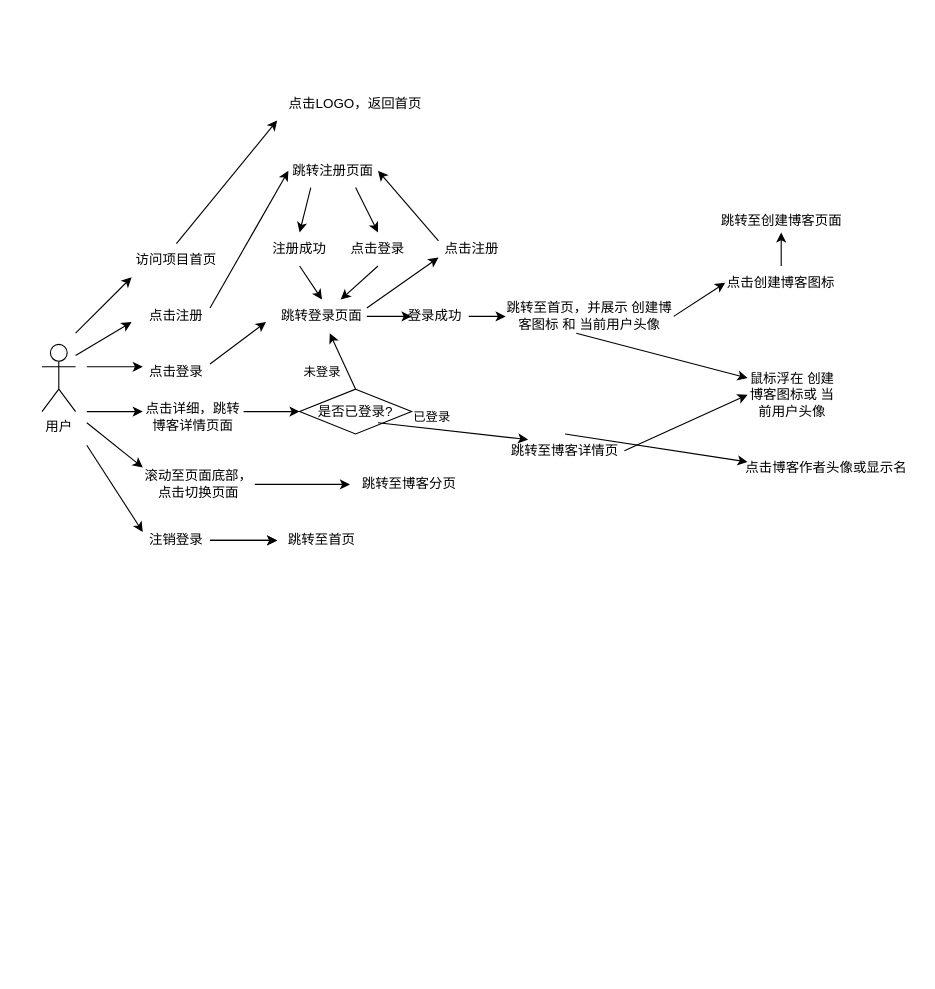
This is doc/use-case-diagram.drawio from xmasuhai/vite-share-blog, a draw.io file, before an edit. Source tidied: cells renumbered, new cells numbered last; positions are measured from the earlier drawing's top-left corner, leaving out a move shared by most shapes. Both pictures are drawn from the tidied source at 112%, with x=0, y=0 at pixel (41, 86).
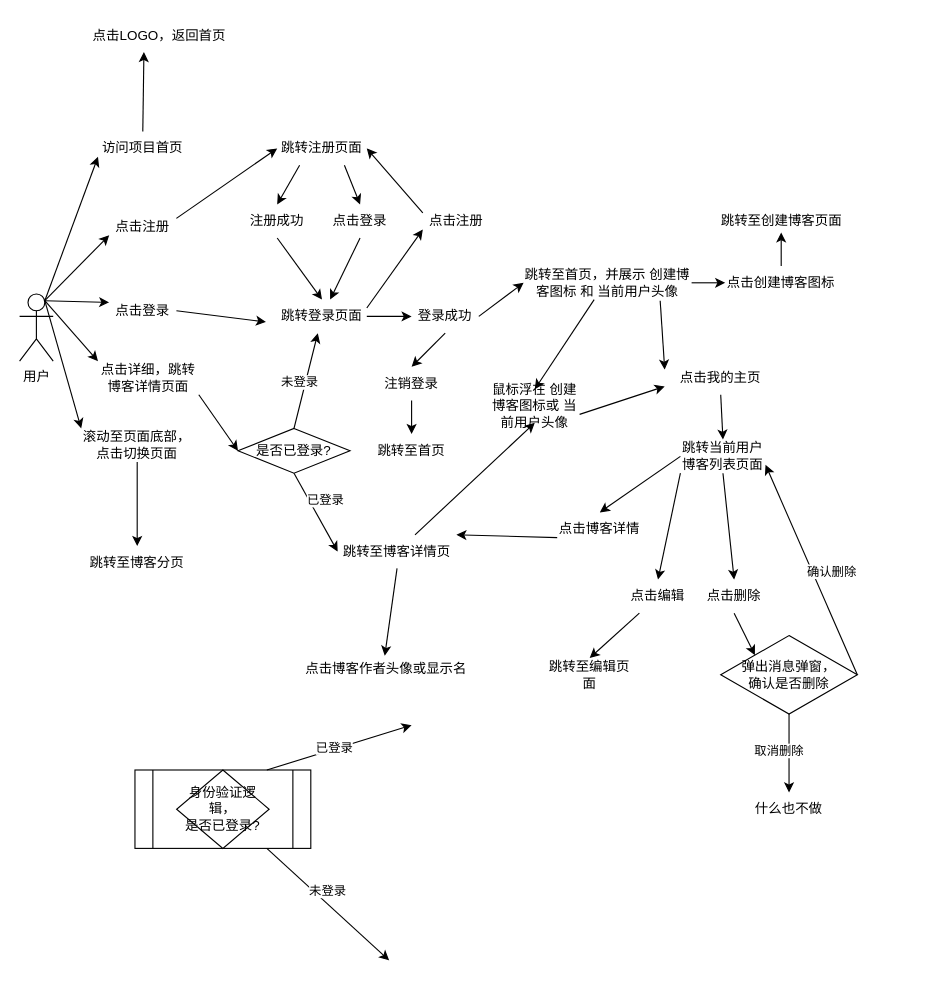
Above is the later version.

Commit message:
:children_crossing: :memo: 附上用例图

Unchanged cells that the change refers to:
```xml
<mxCell id="21" value="跳转登录页面" style="text;html=1;strokeColor=none;fillColor=none;align=center;verticalAlign=middle;whiteSpace=wrap;rounded=0;" parent="1" vertex="1">
  <mxGeometry x="210" y="190" width="80" height="30" as="geometry" />
</mxCell>
<mxCell id="29" style="endArrow=classic;html=1;rounded=0;exitX=0.5;exitY=0;exitDx=0;exitDy=0;" parent="1" edge="1" source="23" target="21">
  <mxGeometry relative="1" as="geometry" />
</mxCell>
```

Change to the diagram source:
```diff
@@
     <mxCell id="2" value="用户" style="shape=umlActor;verticalLabelPosition=bottom;verticalAlign=top;html=1;outlineConnect=0;" parent="1" vertex="1">
-      <mxGeometry y="230" width="30" height="60" as="geometry" />
+      <mxGeometry x="-20" y="185" width="30" height="60" as="geometry" />
     </mxCell>
-    <mxCell id="3" style="endArrow=classic;html=1;rounded=0;" parent="1" edge="1">
-      <mxGeometry relative="1" as="geometry">
-        <mxPoint x="30" y="220" as="sourcePoint" />
-        <mxPoint x="80" y="170" as="targetPoint" />
-      </mxGeometry>
+    <mxCell id="3" style="endArrow=classic;html=1;rounded=0;entryX=0;entryY=0.75;entryDx=0;entryDy=0;exitX=0.75;exitY=0.1;exitDx=0;exitDy=0;exitPerimeter=0;" parent="1" edge="1" source="2" target="4">
+      <mxGeometry relative="1" as="geometry" />
     </mxCell>
     <mxCell id="4" value="访问项目首页" style="text;html=1;strokeColor=none;fillColor=none;align=center;verticalAlign=middle;whiteSpace=wrap;rounded=0;" parent="1" vertex="1">
-      <mxGeometry x="80" y="140" width="80" height="30" as="geometry" />
+      <mxGeometry x="50" y="40" width="80" height="30" as="geometry" />
     </mxCell>
-    <mxCell id="5" style="endArrow=classic;html=1;rounded=0;" parent="1" edge="1">
-      <mxGeometry relative="1" as="geometry">
-        <mxPoint x="40" y="250" as="sourcePoint" />
-        <mxPoint x="90" y="250" as="targetPoint" />
-      </mxGeometry>
+    <mxCell id="5" style="endArrow=classic;html=1;rounded=0;entryX=0;entryY=0.25;entryDx=0;entryDy=0;exitX=0.75;exitY=0.1;exitDx=0;exitDy=0;exitPerimeter=0;" parent="1" edge="1" source="2" target="9">
+      <mxGeometry relative="1" as="geometry" />
     </mxCell>
-    <mxCell id="6" style="endArrow=classic;html=1;rounded=0;" parent="1" edge="1">
-      <mxGeometry relative="1" as="geometry">
-        <mxPoint x="40" y="290" as="sourcePoint" />
-        <mxPoint x="90" y="290" as="targetPoint" />
-      </mxGeometry>
+    <mxCell id="6" style="endArrow=classic;html=1;rounded=0;exitX=0.75;exitY=0.1;exitDx=0;exitDy=0;exitPerimeter=0;entryX=0;entryY=0;entryDx=0;entryDy=0;" parent="1" edge="1" source="2" target="17">
+      <mxGeometry relative="1" as="geometry" />
     </mxCell>
-    <mxCell id="7" style="endArrow=classic;html=1;rounded=0;entryX=0;entryY=0.25;entryDx=0;entryDy=0;" parent="1" edge="1" target="11">
-      <mxGeometry relative="1" as="geometry">
-        <mxPoint x="40" y="320" as="sourcePoint" />
-      </mxGeometry>
+    <mxCell id="7" style="endArrow=classic;html=1;rounded=0;entryX=0.5;entryY=0;entryDx=0;entryDy=0;exitX=0.5;exitY=1;exitDx=0;exitDy=0;" parent="1" edge="1" source="37" target="11">
+      <mxGeometry relative="1" as="geometry" />
     </mxCell>
     <mxCell id="8" value="点击注册" style="text;html=1;strokeColor=none;fillColor=none;align=center;verticalAlign=middle;whiteSpace=wrap;rounded=0;" parent="1" vertex="1">
-      <mxGeometry x="90" y="190" width="60" height="30" as="geometry" />
+      <mxGeometry x="60" y="110" width="60" height="30" as="geometry" />
     </mxCell>
     <mxCell id="9" value="点击登录" style="text;html=1;strokeColor=none;fillColor=none;align=center;verticalAlign=middle;whiteSpace=wrap;rounded=0;" parent="1" vertex="1">
-      <mxGeometry x="90" y="240" width="60" height="30" as="geometry" />
+      <mxGeometry x="60" y="185" width="60" height="30" as="geometry" />
     </mxCell>
-    <mxCell id="10" style="edgeStyle=orthogonalEdgeStyle;rounded=0;jettySize=auto;html=1;" parent="1" edge="1" source="11" target="44">
-      <mxGeometry relative="1" as="geometry" />
-    </mxCell>
     <mxCell id="11" value="注销登录" style="text;html=1;strokeColor=none;fillColor=none;align=center;verticalAlign=middle;whiteSpace=wrap;rounded=0;" parent="1" vertex="1">
-      <mxGeometry x="90" y="390" width="60" height="30" as="geometry" />
+      <mxGeometry x="300" y="250" width="60" height="30" as="geometry" />
     </mxCell>
-    <mxCell id="12" style="endArrow=classic;html=1;rounded=0;entryX=0;entryY=1;entryDx=0;entryDy=0;exitX=0.5;exitY=0;exitDx=0;exitDy=0;" parent="1" edge="1" source="4" target="13">
+    <mxCell id="12" style="endArrow=classic;html=1;rounded=0;entryX=0.4;entryY=0.967;entryDx=0;entryDy=0;exitX=0.5;exitY=0;exitDx=0;exitDy=0;entryPerimeter=0;" parent="1" edge="1" source="4" target="13">
       <mxGeometry relative="1" as="geometry" />
     </mxCell>
     <mxCell id="13" value="点击LOGO，返回首页" style="text;html=1;strokeColor=none;fillColor=none;align=center;verticalAlign=middle;whiteSpace=wrap;rounded=0;" parent="1" vertex="1">
-      <mxGeometry x="210" width="140" height="30" as="geometry" />
+      <mxGeometry x="35" y="-60" width="140" height="30" as="geometry" />
     </mxCell>
-    <mxCell id="14" style="endArrow=classic;html=1;rounded=0;entryX=0;entryY=0;entryDx=0;entryDy=0;" parent="1" edge="1" target="15">
-      <mxGeometry relative="1" as="geometry">
-        <mxPoint x="40" y="300" as="sourcePoint" />
-      </mxGeometry>
+    <mxCell id="14" style="endArrow=classic;html=1;rounded=0;entryX=0;entryY=0;entryDx=0;entryDy=0;exitX=0.75;exitY=0.1;exitDx=0;exitDy=0;exitPerimeter=0;" parent="1" edge="1" source="2" target="15">
+      <mxGeometry relative="1" as="geometry" />
     </mxCell>
     <mxCell id="15" value="滚动至页面底部，点击切换页面" style="text;html=1;strokeColor=none;fillColor=none;align=center;verticalAlign=middle;whiteSpace=wrap;rounded=0;" parent="1" vertex="1">
-      <mxGeometry x="90" y="340" width="100" height="30" as="geometry" />
+      <mxGeometry x="35" y="305" width="100" height="30" as="geometry" />
     </mxCell>
-    <mxCell id="16" style="endArrow=classic;html=1;rounded=0;" parent="1" edge="1">
-      <mxGeometry relative="1" as="geometry">
-        <mxPoint x="30" y="240" as="sourcePoint" />
-        <mxPoint x="80" y="210" as="targetPoint" />
-      </mxGeometry>
+    <mxCell id="16" style="endArrow=classic;html=1;rounded=0;entryX=0;entryY=0.75;entryDx=0;entryDy=0;exitX=0.75;exitY=0.1;exitDx=0;exitDy=0;exitPerimeter=0;" parent="1" edge="1" source="2" target="8">
+      <mxGeometry relative="1" as="geometry" />
     </mxCell>
     <mxCell id="17" value="点击详细，跳转博客详情页面" style="text;html=1;strokeColor=none;fillColor=none;align=center;verticalAlign=middle;whiteSpace=wrap;rounded=0;" parent="1" vertex="1">
-      <mxGeometry x="90" y="280" width="90" height="30" as="geometry" />
+      <mxGeometry x="50" y="245" width="90" height="30" as="geometry" />
     </mxCell>
@@
     <mxCell id="19" value="跳转注册页面" style="text;html=1;strokeColor=none;fillColor=none;align=center;verticalAlign=middle;whiteSpace=wrap;rounded=0;" parent="1" vertex="1">
-      <mxGeometry x="220" y="60" width="80" height="30" as="geometry" />
+      <mxGeometry x="210" y="40" width="80" height="30" as="geometry" />
     </mxCell>
-    <mxCell id="20" style="endArrow=classic;html=1;rounded=0;exitX=1;exitY=0.25;exitDx=0;exitDy=0;" parent="1" edge="1">
+    <mxCell id="20" style="endArrow=classic;html=1;rounded=0;exitX=1;exitY=0.5;exitDx=0;exitDy=0;" parent="1" edge="1" source="9">
       <mxGeometry relative="1" as="geometry">
-        <mxPoint x="150" y="247.5" as="sourcePoint" />
         <mxPoint x="200" y="210" as="targetPoint" />
       </mxGeometry>
     </mxCell>
@@
-    <mxCell id="22" style="endArrow=classic;html=1;rounded=0;" parent="1" edge="1">
-      <mxGeometry relative="1" as="geometry">
-        <mxPoint x="180" y="290" as="sourcePoint" />
-        <mxPoint x="230" y="290" as="targetPoint" />
-      </mxGeometry>
+    <mxCell id="22" style="endArrow=classic;html=1;rounded=0;entryX=0;entryY=0.5;entryDx=0;entryDy=0;exitX=1;exitY=1;exitDx=0;exitDy=0;" parent="1" edge="1" source="17" target="23">
+      <mxGeometry relative="1" as="geometry" />
     </mxCell>
     <mxCell id="23" value="是否已登录?" style="rhombus;whiteSpace=wrap;html=1;" parent="1" vertex="1">
-      <mxGeometry x="230" y="270" width="100" height="40" as="geometry" />
+      <mxGeometry x="175" y="305" width="100" height="40" as="geometry" />
     </mxCell>
     <mxCell id="24" value="点击注册" style="text;html=1;strokeColor=none;fillColor=none;align=center;verticalAlign=middle;whiteSpace=wrap;rounded=0;" parent="1" vertex="1">
-      <mxGeometry x="354" y="130" width="60" height="30" as="geometry" />
+      <mxGeometry x="340" y="105" width="60" height="30" as="geometry" />
     </mxCell>
@@
     <mxCell id="26" value="点击登录" style="text;html=1;strokeColor=none;fillColor=none;align=center;verticalAlign=middle;whiteSpace=wrap;rounded=0;" parent="1" vertex="1">
-      <mxGeometry x="270" y="130" width="60" height="30" as="geometry" />
+      <mxGeometry x="254" y="105" width="60" height="30" as="geometry" />
     </mxCell>
@@
     <mxCell id="30" value="未登录" style="edgeLabel;html=1;align=center;verticalAlign=middle;" parent="29" vertex="1">
       <mxGeometry x="0.29" relative="1" as="geometry">
-        <mxPoint x="-15" y="17" as="offset" />
+        <mxPoint x="-9" y="14" as="offset" />
       </mxGeometry>
     </mxCell>
-    <mxCell id="31" style="endArrow=classic;html=1;rounded=0;exitX=0.5;exitY=1;exitDx=0;exitDy=0;entryX=0;entryY=0.5;entryDx=0;entryDy=0;" parent="1" edge="1">
-      <mxGeometry relative="1" as="geometry">
-        <mxPoint x="300" y="300" as="sourcePoint" />
-        <mxPoint x="434" y="315" as="targetPoint" />
-      </mxGeometry>
+    <mxCell id="31" style="endArrow=classic;html=1;rounded=0;exitX=0.5;exitY=1;exitDx=0;exitDy=0;entryX=0;entryY=0.5;entryDx=0;entryDy=0;" parent="1" edge="1" source="23" target="41">
+      <mxGeometry relative="1" as="geometry" />
     </mxCell>
     <mxCell id="32" value="已登录" style="edgeLabel;html=1;align=center;verticalAlign=middle;" parent="31" vertex="1">
       <mxGeometry x="-0.43" relative="1" as="geometry">
-        <mxPoint x="10" y="-10" as="offset" />
+        <mxPoint x="16" y="3" as="offset" />
       </mxGeometry>
     </mxCell>
@@
     <mxCell id="34" value="注册成功" style="text;html=1;strokeColor=none;fillColor=none;align=center;verticalAlign=middle;whiteSpace=wrap;rounded=0;" parent="1" vertex="1">
-      <mxGeometry x="200" y="130" width="60" height="30" as="geometry" />
+      <mxGeometry x="180" y="105" width="60" height="30" as="geometry" />
     </mxCell>
-    <mxCell id="35" style="endArrow=classic;html=1;rounded=0;exitX=1;exitY=0.5;exitDx=0;exitDy=0;" parent="1" edge="1" source="21">
-      <mxGeometry relative="1" as="geometry">
-        <mxPoint x="330" y="205" as="targetPoint" />
-      </mxGeometry>
+    <mxCell id="35" style="endArrow=classic;html=1;rounded=0;exitX=1;exitY=0.5;exitDx=0;exitDy=0;entryX=0;entryY=0.5;entryDx=0;entryDy=0;" parent="1" edge="1" source="21" target="37">
+      <mxGeometry relative="1" as="geometry" />
     </mxCell>
-    <mxCell id="36" style="edgeStyle=orthogonalEdgeStyle;rounded=0;jettySize=auto;html=1;" parent="1" edge="1" source="37" target="38">
-      <mxGeometry relative="1" as="geometry" />
-    </mxCell>
     <mxCell id="37" value="登录成功" style="text;html=1;strokeColor=none;fillColor=none;align=center;verticalAlign=middle;whiteSpace=wrap;rounded=0;" parent="1" vertex="1">
-      <mxGeometry x="321" y="190" width="60" height="30" as="geometry" />
+      <mxGeometry x="330" y="190" width="60" height="30" as="geometry" />
     </mxCell>
     <mxCell id="38" value="跳转至首页，并展示 创建博客图标 和 当前用户头像" style="text;html=1;strokeColor=none;fillColor=none;align=center;verticalAlign=middle;whiteSpace=wrap;rounded=0;" parent="1" vertex="1">
-      <mxGeometry x="414" y="190" width="150" height="30" as="geometry" />
+      <mxGeometry x="430" y="160" width="150" height="30" as="geometry" />
     </mxCell>
@@
     <mxCell id="41" value="跳转至博客详情页" style="text;html=1;strokeColor=none;fillColor=none;align=center;verticalAlign=middle;whiteSpace=wrap;rounded=0;" parent="1" vertex="1">
-      <mxGeometry x="414" y="310" width="106" height="30" as="geometry" />
+      <mxGeometry x="264" y="400" width="106" height="30" as="geometry" />
     </mxCell>
-    <mxCell id="42" style="endArrow=classic;html=1;rounded=0;exitX=1;exitY=0.5;exitDx=0;exitDy=0;entryX=0;entryY=0.5;entryDx=0;entryDy=0;" parent="1" edge="1" target="43">
-      <mxGeometry relative="1" as="geometry">
-        <mxPoint x="190" y="355" as="sourcePoint" />
-        <Array as="points">
-          <mxPoint x="240" y="355" />
-        </Array>
-      </mxGeometry>
-    </mxCell>
     <mxCell id="43" value="跳转至博客分页" style="text;html=1;strokeColor=none;fillColor=none;align=center;verticalAlign=middle;whiteSpace=wrap;rounded=0;" parent="1" vertex="1">
-      <mxGeometry x="275" y="340" width="106" height="30" as="geometry" />
+      <mxGeometry x="30" y="410" width="110" height="30" as="geometry" />
     </mxCell>
     <mxCell id="44" value="跳转至首页" style="text;html=1;strokeColor=none;fillColor=none;align=center;verticalAlign=middle;whiteSpace=wrap;rounded=0;" parent="1" vertex="1">
-      <mxGeometry x="210" y="390" width="80" height="30" as="geometry" />
+      <mxGeometry x="290" y="310" width="80" height="30" as="geometry" />
     </mxCell>
-    <mxCell id="45" style="edgeStyle=orthogonalEdgeStyle;rounded=0;jettySize=auto;html=1;exitX=1;exitY=0.5;exitDx=0;exitDy=0;" parent="1" edge="1" source="11" target="44">
-      <mxGeometry relative="1" as="geometry" />
-    </mxCell>
-    <mxCell id="46" style="endArrow=classic;html=1;rounded=0;exitX=0.5;exitY=0;exitDx=0;exitDy=0;entryX=0;entryY=0.5;entryDx=0;entryDy=0;" parent="1" edge="1" source="41">
-      <mxGeometry relative="1" as="geometry">
-        <mxPoint x="630" y="335" as="targetPoint" />
-      </mxGeometry>
+    <mxCell id="46" style="endArrow=classic;html=1;rounded=0;exitX=0.5;exitY=1;exitDx=0;exitDy=0;entryX=0.494;entryY=-0.1;entryDx=0;entryDy=0;entryPerimeter=0;" parent="1" edge="1" source="41" target="52">
+      <mxGeometry relative="1" as="geometry" />
     </mxCell>
-    <mxCell id="47" style="endArrow=classic;html=1;rounded=0;exitX=1;exitY=0.5;exitDx=0;exitDy=0;entryX=0;entryY=0.5;entryDx=0;entryDy=0;" parent="1" edge="1" source="41" target="48">
+    <mxCell id="47" style="endArrow=classic;html=1;rounded=0;entryX=0.5;entryY=1;entryDx=0;entryDy=0;" parent="1" edge="1" source="41" target="48">
       <mxGeometry relative="1" as="geometry" />
     </mxCell>
     <mxCell id="48" value="鼠标浮在 创建博客图标或 当前用户头像" style="text;html=1;strokeColor=none;fillColor=none;align=center;verticalAlign=middle;whiteSpace=wrap;rounded=0;" parent="1" vertex="1">
-      <mxGeometry x="630" y="260" width="80" height="30" as="geometry" />
+      <mxGeometry x="400" y="270" width="80" height="30" as="geometry" />
     </mxCell>
-    <mxCell id="49" style="endArrow=classic;html=1;rounded=0;exitX=0.42;exitY=1;exitDx=0;exitDy=0;entryX=0;entryY=0;entryDx=0;entryDy=0;exitPerimeter=0;" parent="1" edge="1" source="38" target="48">
+    <mxCell id="49" style="endArrow=classic;html=1;rounded=0;exitX=0.42;exitY=1;exitDx=0;exitDy=0;exitPerimeter=0;entryX=0.5;entryY=0;entryDx=0;entryDy=0;" parent="1" edge="1" source="38" target="48">
       <mxGeometry relative="1" as="geometry" />
     </mxCell>
@@
     <mxCell id="52" value="&lt;span&gt;点击博客作者头像或显示名&lt;/span&gt;" style="text;html=1;align=center;verticalAlign=middle;points=[];strokeColor=none;fillColor=none;" parent="1" vertex="1">
-      <mxGeometry x="620" y="330" width="160" height="20" as="geometry" />
+      <mxGeometry x="227" y="510" width="160" height="20" as="geometry" />
     </mxCell>
@@
+    <mxCell id="55" value="点击我的主页" style="text;html=1;strokeColor=none;fillColor=none;align=center;verticalAlign=middle;whiteSpace=wrap;rounded=0;" parent="1" vertex="1">
+      <mxGeometry x="556" y="245" width="100" height="30" as="geometry" />
+    </mxCell>
+    <mxCell id="56" style="endArrow=classic;html=1;rounded=0;exitX=0.813;exitY=1.033;exitDx=0;exitDy=0;entryX=0;entryY=0.25;entryDx=0;entryDy=0;exitPerimeter=0;" parent="1" edge="1" source="38" target="55">
+      <mxGeometry relative="1" as="geometry" />
+    </mxCell>
+    <mxCell id="57" style="endArrow=classic;html=1;rounded=0;exitX=1;exitY=0.75;exitDx=0;exitDy=0;entryX=0;entryY=0.75;entryDx=0;entryDy=0;" parent="1" edge="1" source="48" target="55">
+      <mxGeometry relative="1" as="geometry" />
+    </mxCell>
+    <mxCell id="58" style="endArrow=classic;html=1;rounded=0;exitX=0.5;exitY=1;exitDx=0;exitDy=0;entryX=0.5;entryY=0;entryDx=0;entryDy=0;" parent="1" edge="1" source="55" target="59">
+      <mxGeometry relative="1" as="geometry" />
+    </mxCell>
+    <mxCell id="59" value="跳转当前用户博客列表页面" style="text;html=1;strokeColor=none;fillColor=none;align=center;verticalAlign=middle;whiteSpace=wrap;rounded=0;" parent="1" vertex="1">
+      <mxGeometry x="570" y="315" width="76" height="30" as="geometry" />
+    </mxCell>
+    <mxCell id="60" style="endArrow=classic;html=1;rounded=0;exitX=0.5;exitY=1;exitDx=0;exitDy=0;entryX=0.5;entryY=0;entryDx=0;entryDy=0;" parent="1" edge="1" source="59" target="64">
+      <mxGeometry relative="1" as="geometry" />
+    </mxCell>
+    <mxCell id="61" style="endArrow=classic;html=1;rounded=0;exitX=0;exitY=1;exitDx=0;exitDy=0;entryX=0.5;entryY=0;entryDx=0;entryDy=0;" parent="1" edge="1" source="59" target="63">
+      <mxGeometry relative="1" as="geometry" />
+    </mxCell>
+    <mxCell id="62" style="endArrow=classic;html=1;rounded=0;exitX=0;exitY=0.5;exitDx=0;exitDy=0;entryX=0.5;entryY=0;entryDx=0;entryDy=0;" parent="1" edge="1" source="59" target="65">
+      <mxGeometry relative="1" as="geometry" />
+    </mxCell>
+    <mxCell id="63" value="点击编辑" style="text;html=1;strokeColor=none;fillColor=none;align=center;verticalAlign=middle;whiteSpace=wrap;rounded=0;" parent="1" vertex="1">
+      <mxGeometry x="512" y="440" width="76" height="30" as="geometry" />
+    </mxCell>
+    <mxCell id="64" value="点击删除" style="text;html=1;strokeColor=none;fillColor=none;align=center;verticalAlign=middle;whiteSpace=wrap;rounded=0;" parent="1" vertex="1">
+      <mxGeometry x="580" y="440" width="76" height="30" as="geometry" />
+    </mxCell>
+    <mxCell id="65" value="点击博客详情" style="text;html=1;strokeColor=none;fillColor=none;align=center;verticalAlign=middle;whiteSpace=wrap;rounded=0;" parent="1" vertex="1">
+      <mxGeometry x="460" y="380" width="76" height="30" as="geometry" />
+    </mxCell>
+    <mxCell id="66" value="跳转至编辑页面" style="text;html=1;strokeColor=none;fillColor=none;align=center;verticalAlign=middle;whiteSpace=wrap;rounded=0;" parent="1" vertex="1">
+      <mxGeometry x="451" y="510" width="76" height="30" as="geometry" />
+    </mxCell>
+    <mxCell id="67" value="弹出消息弹窗，&lt;br&gt;确认是否删除" style="rhombus;whiteSpace=wrap;html=1;" parent="1" vertex="1">
+      <mxGeometry x="606" y="490" width="122" height="70" as="geometry" />
+    </mxCell>
+    <mxCell id="68" value="什么也不做" style="text;html=1;strokeColor=none;fillColor=none;align=center;verticalAlign=middle;whiteSpace=wrap;rounded=0;" parent="1" vertex="1">
+      <mxGeometry x="629" y="630" width="76" height="30" as="geometry" />
+    </mxCell>
+    <mxCell id="69" style="endArrow=classic;html=1;rounded=0;exitX=0.5;exitY=1;exitDx=0;exitDy=0;entryX=0.5;entryY=0;entryDx=0;entryDy=0;" parent="1" edge="1" source="67" target="68">
+      <mxGeometry relative="1" as="geometry" />
+    </mxCell>
+    <mxCell id="70" value="取消删除" style="edgeLabel;html=1;align=center;verticalAlign=middle;" parent="69" vertex="1">
+      <mxGeometry x="-0.41" y="-1" relative="1" as="geometry">
+        <mxPoint x="-9" y="11" as="offset" />
+      </mxGeometry>
+    </mxCell>
+    <mxCell id="71" style="endArrow=classic;html=1;rounded=0;entryX=0.5;entryY=0;entryDx=0;entryDy=0;" parent="1" edge="1" source="63" target="66">
+      <mxGeometry relative="1" as="geometry" />
+    </mxCell>
+    <mxCell id="72" style="endArrow=classic;html=1;rounded=0;exitX=1;exitY=0.5;exitDx=0;exitDy=0;entryX=1;entryY=0.75;entryDx=0;entryDy=0;" parent="1" edge="1" source="67" target="59">
+      <mxGeometry relative="1" as="geometry" />
+    </mxCell>
+    <mxCell id="73" value="&lt;div style=&quot;text-align: center&quot;&gt;&lt;font color=&quot;rgba(0, 0, 0, 0)&quot; face=&quot;monospace&quot;&gt;&lt;span style=&quot;font-size: 0px&quot;&gt;确认删除&lt;/span&gt;&lt;/font&gt;&lt;font color=&quot;#ba0000&quot; face=&quot;monospace&quot;&gt;&lt;span style=&quot;font-size: 0px&quot;&gt;确认删除&lt;/span&gt;&lt;/font&gt;&lt;/div&gt;" style="edgeLabel;html=1;align=center;verticalAlign=middle;" parent="72" vertex="1">
+      <mxGeometry x="-0.41" y="-1" relative="1" as="geometry" />
+    </mxCell>
+    <mxCell id="74" value="确认删除" style="edgeLabel;html=1;align=center;verticalAlign=middle;" parent="72" vertex="1">
+      <mxGeometry x="-0.45" y="1" relative="1" as="geometry">
+        <mxPoint y="-42" as="offset" />
+      </mxGeometry>
+    </mxCell>
+    <mxCell id="75" style="endArrow=classic;html=1;rounded=0;exitX=0.5;exitY=1;exitDx=0;exitDy=0;entryX=0;entryY=0;entryDx=0;entryDy=0;" parent="1" edge="1" source="64" target="67">
+      <mxGeometry relative="1" as="geometry" />
+    </mxCell>
+    <mxCell id="76" style="endArrow=classic;html=1;rounded=0;exitX=0.5;exitY=1;exitDx=0;exitDy=0;entryX=0.5;entryY=0;entryDx=0;entryDy=0;" parent="1" edge="1" source="15" target="43">
+      <mxGeometry relative="1" as="geometry" />
+    </mxCell>
+    <mxCell id="77" style="endArrow=classic;html=1;rounded=0;exitX=0;exitY=0.75;exitDx=0;exitDy=0;entryX=1;entryY=0;entryDx=0;entryDy=0;" parent="1" edge="1" source="65" target="41">
+      <mxGeometry relative="1" as="geometry" />
+    </mxCell>
+    <mxCell id="78" style="endArrow=classic;html=1;rounded=0;exitX=0.5;exitY=1;exitDx=0;exitDy=0;entryX=0.5;entryY=0;entryDx=0;entryDy=0;" parent="1" edge="1" source="11" target="44">
+      <mxGeometry relative="1" as="geometry" />
+    </mxCell>
+    <mxCell id="36" style="endArrow=classic;html=1;rounded=0;entryX=0;entryY=0.5;entryDx=0;entryDy=0;exitX=1;exitY=0.5;exitDx=0;exitDy=0;" parent="1" edge="1" source="37" target="38">
+      <mxGeometry relative="1" as="geometry" />
+    </mxCell>
+    <mxCell id="79" style="group;" parent="1" vertex="1">
+      <mxGeometry x="83" y="610" width="157" height="70" as="geometry" />
+    </mxCell>
+    <mxCell id="80" style="shape=process;whiteSpace=wrap;html=1;backgroundOutline=1;" parent="79" vertex="1">
+      <mxGeometry width="157" height="70" as="geometry" />
+    </mxCell>
+    <mxCell id="81" value="身份验证逻辑，&lt;br&gt;是否已登录?" style="rhombus;whiteSpace=wrap;html=1;" parent="79" vertex="1">
+      <mxGeometry x="37.2" width="82.6" height="70" as="geometry" />
+    </mxCell>
+    <mxCell id="82" style="endArrow=classic;html=1;rounded=0;exitX=0.75;exitY=0;exitDx=0;exitDy=0;" parent="1" edge="1" source="80">
+      <mxGeometry relative="1" as="geometry">
+        <mxPoint x="330" y="570" as="targetPoint" />
+      </mxGeometry>
+    </mxCell>
+    <mxCell id="83" value="已登录" style="edgeLabel;html=1;align=center;verticalAlign=middle;" parent="82" vertex="1">
+      <mxGeometry x="-0.25" y="1" relative="1" as="geometry">
+        <mxPoint x="11" y="-4" as="offset" />
+      </mxGeometry>
+    </mxCell>
+    <mxCell id="84" style="endArrow=classic;html=1;rounded=0;exitX=0.75;exitY=1;exitDx=0;exitDy=0;" parent="1" edge="1" source="80">
+      <mxGeometry relative="1" as="geometry">
+        <mxPoint x="310" y="780" as="targetPoint" />
+      </mxGeometry>
+    </mxCell>
+    <mxCell id="85" value="未登录" style="edgeLabel;html=1;align=center;verticalAlign=middle;" parent="84" vertex="1">
+      <mxGeometry x="-0.37" y="-3" relative="1" as="geometry">
+        <mxPoint x="21" y="4" as="offset" />
+      </mxGeometry>
+    </mxCell>
```
